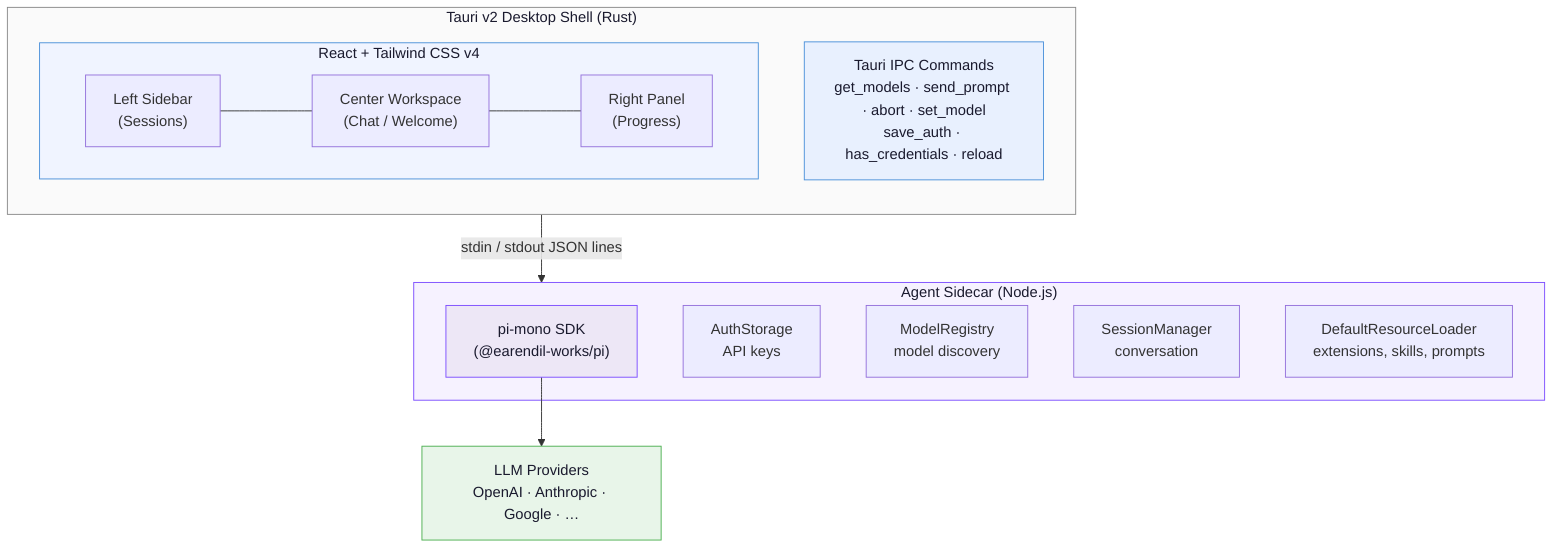
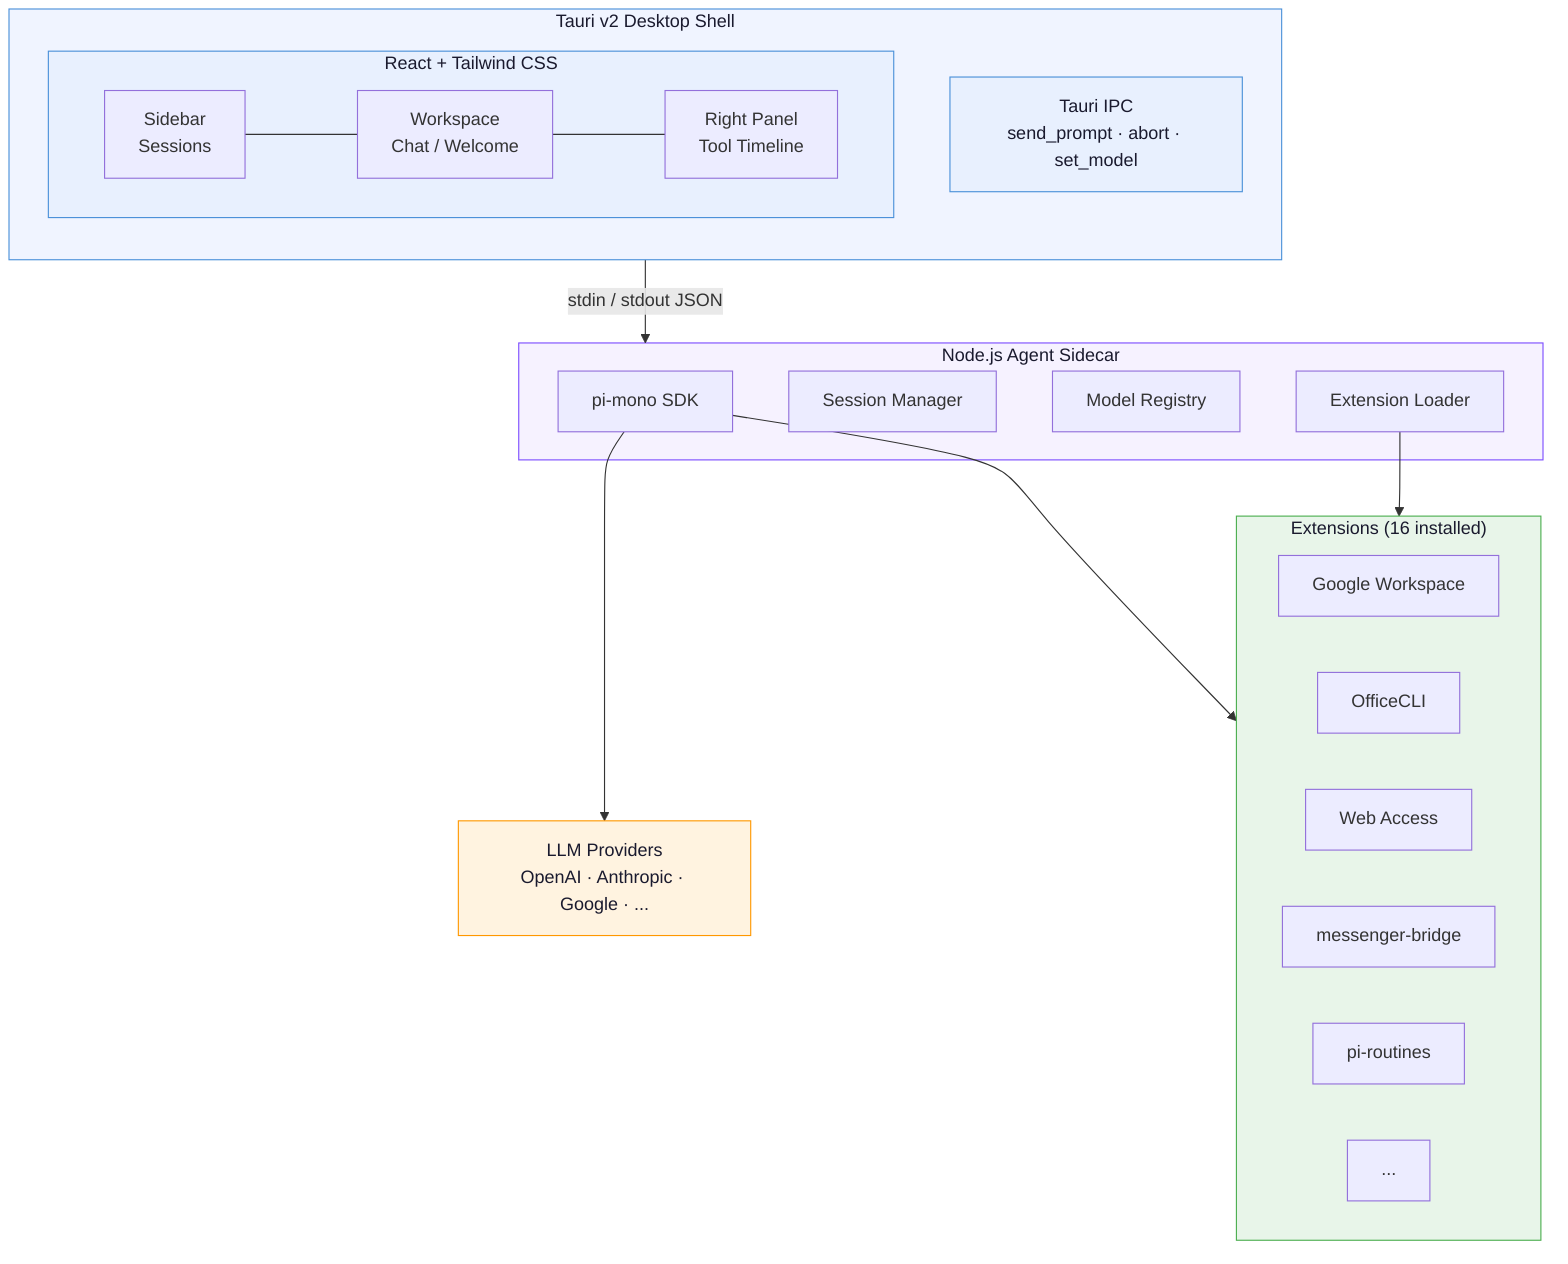
flowchart TB
-     subgraph Tauri["Tauri v2 Desktop Shell (Rust)"]
+     subgraph Tauri["Tauri v2 Desktop Shell"]
        direction TB
-         subgraph Frontend["React + Tailwind CSS v4"]
+         subgraph Frontend["React + Tailwind CSS"]
            direction LR
-             A["Left Sidebar<br/>(Sessions)"] --- B["Center Workspace<br/>(Chat / Welcome)"] --- C["Right Panel<br/>(Progress)"]
+             A["Sidebar<br/>Sessions"] --- B["Workspace<br/>Chat / Welcome"] --- C["Right Panel<br/>Tool Timeline"]
        end
-         IPC["Tauri IPC Commands<br/>get_models · send_prompt · abort · set_model<br/>save_auth · has_credentials · reload"]
+         IPC["Tauri IPC<br/>send_prompt · abort · set_model"]
    end

-     subgraph Sidecar["Agent Sidecar (Node.js)"]
-         SDK["pi-mono SDK<br/>(@earendil-works/pi)"]
-         AS["AuthStorage<br/>API keys"]
-         MR["ModelRegistry<br/>model discovery"]
-         SM["SessionManager<br/>conversation"]
-         DRL["DefaultResourceLoader<br/>extensions, skills, prompts"]
+     subgraph Sidecar["Node.js Agent Sidecar"]
+         SDK["pi-mono SDK"]
+         SR["Session Manager"]
+         MR["Model Registry"]
+         EL["Extension Loader"]
    end

-     LLM["LLM Providers<br/>OpenAI · Anthropic · Google · …"]
+     subgraph Extensions["Extensions (16 installed)"]
+         direction LR
+         E1["Google Workspace"]
+         E2["OfficeCLI"]
+         E3["Web Access"]
+         E4["messenger-bridge"]
+         E5["pi-routines"]
+         E6["..."]
+     end

-     IPC -- "stdin / stdout JSON lines" --> Sidecar
+     LLM["LLM Providers<br/>OpenAI · Anthropic · Google · ..."]
+ 
+     IPC -- "stdin / stdout JSON" --> Sidecar
    SDK --> LLM
+     SDK --> Extensions
+     EL --> Extensions

-     style Frontend fill:#f0f4ff,stroke:#4a90d9,color:#1a1a2e
+     style Tauri fill:#f0f4ff,stroke:#4a90d9,color:#1a1a2e
+     style Frontend fill:#e8f0fe,stroke:#4a90d9,color:#1a1a2e
    style IPC fill:#e8f0fe,stroke:#4a90d9,color:#1a1a2e
-     style Tauri fill:#fafafa,stroke:#888,color:#1a1a2e
    style Sidecar fill:#f6f2ff,stroke:#7c4dff,color:#1a1a2e
-     style SDK fill:#ede7f6,stroke:#7c4dff,color:#1a1a2e
-     style LLM fill:#e8f5e9,stroke:#4caf50,color:#1a1a2e
+     style Extensions fill:#e8f5e9,stroke:#4caf50,color:#1a1a2e
+     style LLM fill:#fff3e0,stroke:#ff9800,color:#1a1a2e
